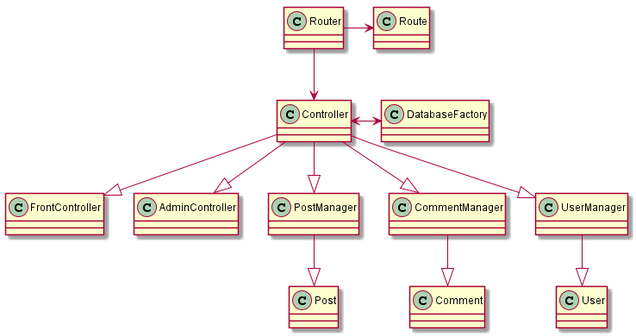
Earlier version of the PlantUML export UML/Class/Class.png (ArtGM/php-blog). Its diagram source:
```plantuml
@startuml
class Router
class Route
Router -> Route
Router --> Controller
Controller --|> FrontController
Controller --|> AdminController
Controller <-> DatabaseFactory
Controller --|>  PostManager
Controller --|> CommentManager
Controller --|> UserManager
PostManager --|> Post
CommentManager --|> Comment
UserManager --|> User
@enduml
```
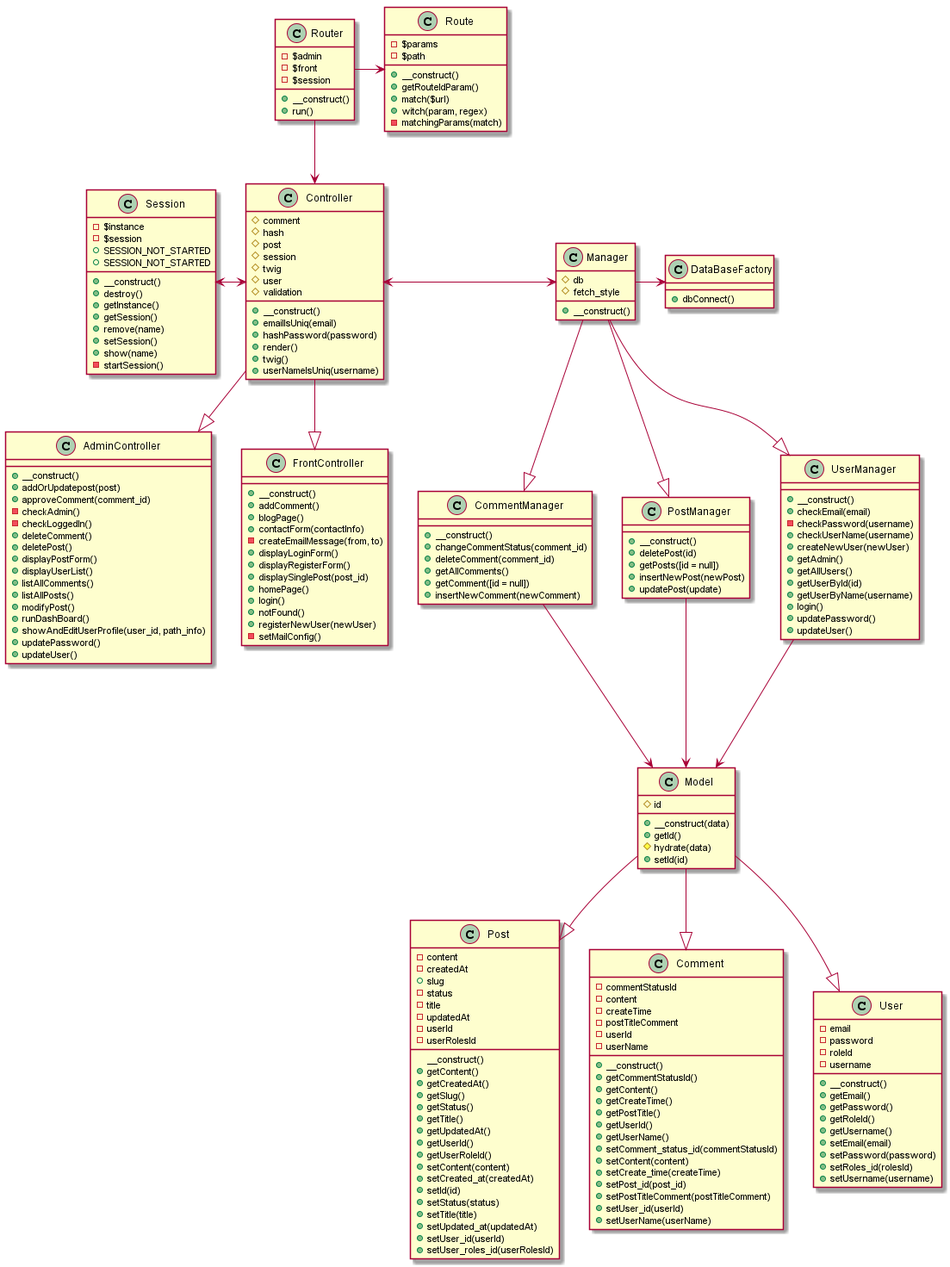
After the change.

Commit message:
Maj Diagrams

Change to the diagram source:
```diff
@@ -1,15 +1,210 @@
 @startuml
-class Router
-class Route
+class Router {
+  -$admin
+  -$front
+  -$session
+  +__construct()
+  +run()
+
+}
+class Route {
+  -$params
+  -$path
+  +__construct()
+  +getRouteIdParam()
+  +match($url)
+  +witch(param, regex)
+  -matchingParams(match)
+}
+class Session {
+  -$instance
+  -$session
+  +SESSION_NOT_STARTED
+  +SESSION_NOT_STARTED
+  +__construct()
+  +destroy()
+  +getInstance()
+  +getSession()
+  +remove(name)
+  +setSession()
+  +show(name)
+  -startSession()
+}
+class DataBaseFactory {
+  +dbConnect()
+}
+class Controller {
+  #comment
+  #hash
+  #post
+  #session
+  #twig
+  #user
+  #validation
+  +__construct()
+  +emailIsUniq(email)
+  +hashPassword(password)
+  +render()
+  +twig()
+  +userNameIsUniq(username)
+
+}
+class AdminController {
+  +__construct()
+  +addOrUpdatepost(post)
+  +approveComment(comment_id)
+  -checkAdmin()
+  -checkLoggedIn()
+  +deleteComment()
+  +deletePost()
+  +displayPostForm()
+  +displayUserList()
+  +listAllComments()
+  +listAllPosts()
+  +modifyPost()
+  +runDashBoard()
+  +showAndEditUserProfile(user_id, path_info)
+  +updatePassword()
+  +updateUser()
+}
+class FrontController {
+  +__construct()
+  +addComment()
+  +blogPage()
+  +contactForm(contactInfo)
+  -createEmailMessage(from, to)
+  +displayLoginForm()
+  +displayRegisterForm()
+  +displaySinglePost(post_id)
+  +homePage()
+  +login()
+  +notFound()
+  +registerNewUser(newUser)
+  -setMailConfig()
+
+}
+class Manager {
+  +__construct()
+  #db
+  #fetch_style
+}
+class CommentManager {
+  +__construct()
+  +changeCommentStatus(comment_id)
+  +deleteComment(comment_id)
+  +getAllComments()
+  +getComment([id = null])
+  +insertNewComment(newComment)
+
+}
+class PostManager {
+  +__construct()
+  +deletePost(id)
+  +getPosts([id = null])
+  +insertNewPost(newPost)
+  +updatePost(update)
+}
+class UserManager {
+  +__construct()
+  +checkEmail(email)
+  -checkPassword(username)
+  +checkUserName(username)
+  +createNewUser(newUser)
+  +getAdmin()
+  +getAllUsers()
+  +getUserById(id)
+  +getUserByName(username)
+  +login()
+  +updatePassword()
+  +updateUser()
+}
+
+class Model {
+  +__construct(data)
+  +getId()
+  #hydrate(data)
+  #id
+  +setId(id)
+}
+class Post {
+  __construct()
+  -content
+  -createdAt
+  +getContent()
+  +getCreatedAt()
+  +getSlug()
+  +getStatus()
+  +getTitle()
+  +getUpdatedAt()
+  +getUserId()
+  +getUserRoleId()
+  +setContent(content)
+  +setCreated_at(createdAt)
+  +setId(id)
+  +setStatus(status)
+  +setTitle(title)
+  +setUpdated_at(updatedAt)
+  +setUser_id(userId)
+  +setUser_roles_id(userRolesId)
+  +slug
+  -status
+  -title
+  -updatedAt
+  -userId
+  -userRolesId
+}
+class Comment {
+  +__construct()
+  -commentStatusId
+  -content
+  -createTime
+  +getCommentStatusId()
+  +getContent()
+  +getCreateTime()
+  +getPostTitle()
+  +getUserId()
+  +getUserName()
+  -postTitleComment
+  +setComment_status_id(commentStatusId)
+  +setContent(content)
+  +setCreate_time(createTime)
+  +setPost_id(post_id)
+  +setPostTitleComment(postTitleComment)
+  +setUser_id(userId)
+  +setUserName(userName)
+  -userId
+  -userName
+
+}
+class User {
+  +__construct()
+  -email
+  +getEmail()
+  +getPassword()
+  +getRoleId()
+  +getUsername()
+  -password
+  -roleId
+  +setEmail(email)
+  +setPassword(password)
+  +setRoles_id(rolesId)
+  +setUsername(username)
+  -username
+}
 Router -> Route
 Router --> Controller
 Controller --|> FrontController
 Controller --|> AdminController
-Controller <-> DatabaseFactory
-Controller --|>  PostManager
-Controller --|> CommentManager
-Controller --|> UserManager
-PostManager --|> Post
-CommentManager --|> Comment
-UserManager --|> User
+Session <-> Controller
+Controller <-> Manager
+Manager -> DataBaseFactory
+Manager --|>  PostManager
+Manager --|> CommentManager
+Manager --|> UserManager
+PostManager ---> Model
+CommentManager ---> Model
+UserManager ---> Model
+Model --|> User
+Model --|> Post
+Model --|> Comment
 @enduml
```
